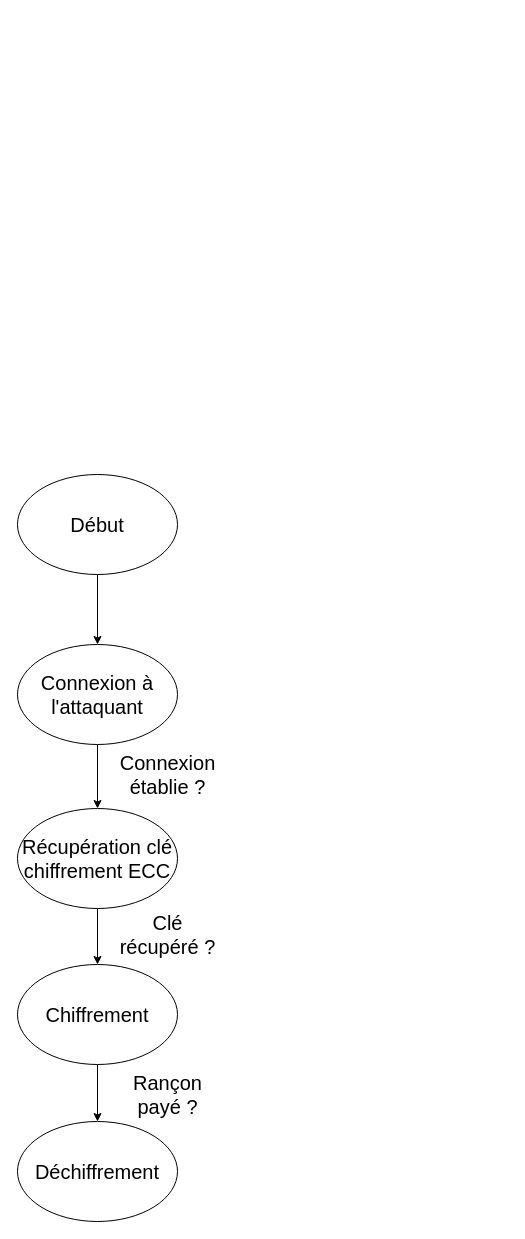
Before: architecture/state_diagram_ransomware.drawio in leJBP/adaptative-ransomware, a draw.io diagram. Source tidied: cells renumbered, new cells numbered last; positions are measured from the earlier drawing's top-left corner, leaving out a move shared by most shapes. Both pictures are drawn from the tidied source at 100%, with x=0, y=0 at pixel (17, 474).
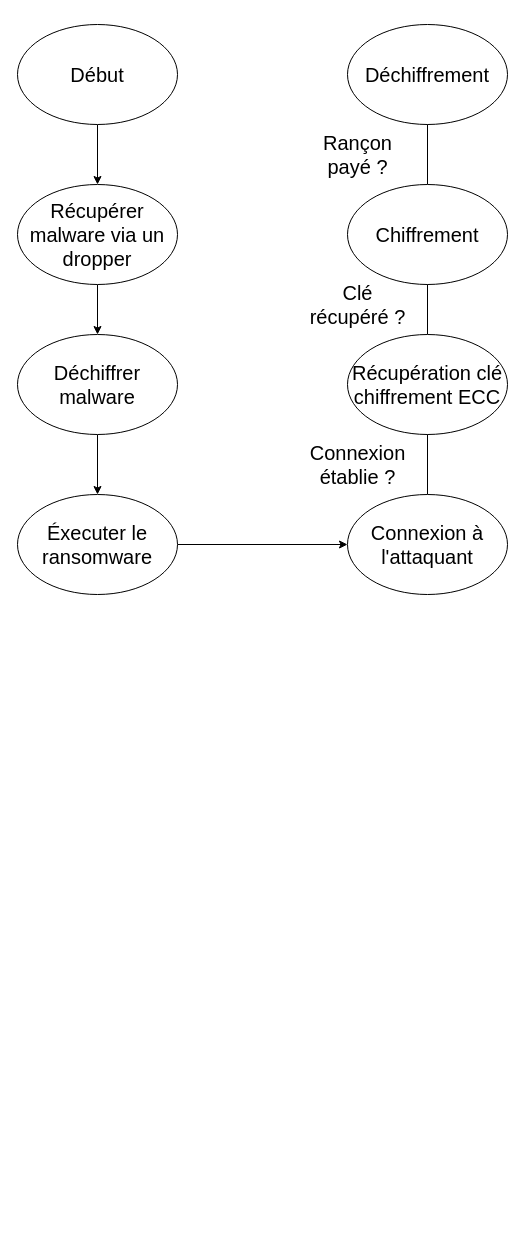
The same diagram, later.

Commit message (it also covers changes not shown here):
maj archi ransomware

Diff of the diagram source:
```diff
@@
 <mxGraphModel>
   <root>
     <mxCell id="0" />
     <mxCell id="1" parent="0" />
-    <mxCell id="2" style="edgeStyle=none;html=1;entryX=0.5;entryY=0;entryDx=0;entryDy=0;fontSize=20;" parent="1" edge="1" source="3" target="5">
-      <mxGeometry relative="1" as="geometry" />
-    </mxCell>
+    <mxCell id="11" style="edgeStyle=none;html=1;entryX=0.5;entryY=0;entryDx=0;entryDy=0;" parent="1" edge="1" source="3" target="13">
+      <mxGeometry relative="1" as="geometry" />
+    </mxCell>
     <mxCell id="3" value="&lt;font style=&quot;font-size: 20px;&quot;&gt;Début&lt;/font&gt;" style="ellipse;whiteSpace=wrap;html=1;" parent="1" vertex="1">
-      <mxGeometry width="160" height="100" as="geometry" />
+      <mxGeometry y="-450" width="160" height="100" as="geometry" />
     </mxCell>
     <mxCell id="4" value="Connexion&lt;br&gt;établie ?" style="edgeStyle=none;html=1;entryX=0.5;entryY=0;entryDx=0;entryDy=0;fontSize=20;" parent="1" edge="1" source="5" target="7">
-      <mxGeometry x="-0.06" y="70" relative="1" as="geometry" />
+      <mxGeometry x="-0.62" y="70" relative="1" as="geometry" />
     </mxCell>
     <mxCell id="5" value="&lt;font style=&quot;font-size: 20px;&quot;&gt;Connexion à&lt;br&gt;l'attaquant&lt;br&gt;&lt;/font&gt;" style="ellipse;whiteSpace=wrap;html=1;" parent="1" vertex="1">
-      <mxGeometry y="170" width="160" height="100" as="geometry" />
+      <mxGeometry x="330" y="20" width="160" height="100" as="geometry" />
     </mxCell>
     <mxCell id="6" value="Clé&lt;br&gt;récupéré ?" style="edgeStyle=none;html=1;entryX=0.5;entryY=0;entryDx=0;entryDy=0;fontSize=20;" parent="1" edge="1" source="7" target="9">
-      <mxGeometry x="-0.07" y="70" relative="1" as="geometry" />
+      <mxGeometry x="-0.6" y="70" relative="1" as="geometry" />
     </mxCell>
     <mxCell id="7" value="&lt;font style=&quot;font-size: 20px;&quot;&gt;Récupération clé&lt;br&gt;chiffrement ECC&lt;br&gt;&lt;/font&gt;" style="ellipse;whiteSpace=wrap;html=1;" parent="1" vertex="1">
-      <mxGeometry y="334" width="160" height="100" as="geometry" />
+      <mxGeometry x="330" y="-140" width="160" height="100" as="geometry" />
     </mxCell>
     <mxCell id="8" value="Rançon&lt;br&gt;payé ?" style="edgeStyle=none;html=1;entryX=0.5;entryY=0;entryDx=0;entryDy=0;fontSize=20;" parent="1" edge="1" source="9" target="10">
-      <mxGeometry x="0.05" y="70" relative="1" as="geometry" />
+      <mxGeometry x="-0.62" y="70" relative="1" as="geometry" />
     </mxCell>
     <mxCell id="9" value="&lt;font style=&quot;font-size: 20px;&quot;&gt;Chiffrement&lt;br&gt;&lt;/font&gt;" style="ellipse;whiteSpace=wrap;html=1;" parent="1" vertex="1">
-      <mxGeometry y="490" width="160" height="100" as="geometry" />
+      <mxGeometry x="330" y="-290" width="160" height="100" as="geometry" />
     </mxCell>
     <mxCell id="10" value="&lt;font style=&quot;font-size: 20px;&quot;&gt;Déchiffrement&lt;br&gt;&lt;/font&gt;" style="ellipse;whiteSpace=wrap;html=1;" parent="1" vertex="1">
-      <mxGeometry y="647" width="160" height="100" as="geometry" />
+      <mxGeometry x="330" y="-450" width="160" height="100" as="geometry" />
     </mxCell>
+    <mxCell id="12" style="edgeStyle=none;html=1;entryX=0.5;entryY=0;entryDx=0;entryDy=0;" parent="1" edge="1" source="13" target="15">
+      <mxGeometry relative="1" as="geometry" />
+    </mxCell>
+    <mxCell id="13" value="&lt;font style=&quot;font-size: 20px;&quot;&gt;Récupérer malware via un dropper&lt;/font&gt;" style="ellipse;whiteSpace=wrap;html=1;" parent="1" vertex="1">
+      <mxGeometry y="-290" width="160" height="100" as="geometry" />
+    </mxCell>
+    <mxCell id="14" style="edgeStyle=none;html=1;entryX=0.5;entryY=0;entryDx=0;entryDy=0;" parent="1" edge="1" source="15" target="17">
+      <mxGeometry relative="1" as="geometry" />
+    </mxCell>
+    <mxCell id="15" value="&lt;font style=&quot;font-size: 20px;&quot;&gt;Déchiffrer malware&lt;/font&gt;" style="ellipse;whiteSpace=wrap;html=1;" parent="1" vertex="1">
+      <mxGeometry y="-140" width="160" height="100" as="geometry" />
+    </mxCell>
+    <mxCell id="16" style="edgeStyle=none;html=1;entryX=0;entryY=0.5;entryDx=0;entryDy=0;" parent="1" edge="1" source="17" target="5">
+      <mxGeometry relative="1" as="geometry" />
+    </mxCell>
+    <mxCell id="17" value="&lt;font style=&quot;font-size: 20px;&quot;&gt;Éxecuter le&lt;br&gt;ransomware&lt;br&gt;&lt;/font&gt;" style="ellipse;whiteSpace=wrap;html=1;" parent="1" vertex="1">
+      <mxGeometry y="20" width="160" height="100" as="geometry" />
+    </mxCell>
   </root>
 </mxGraphModel>
```
